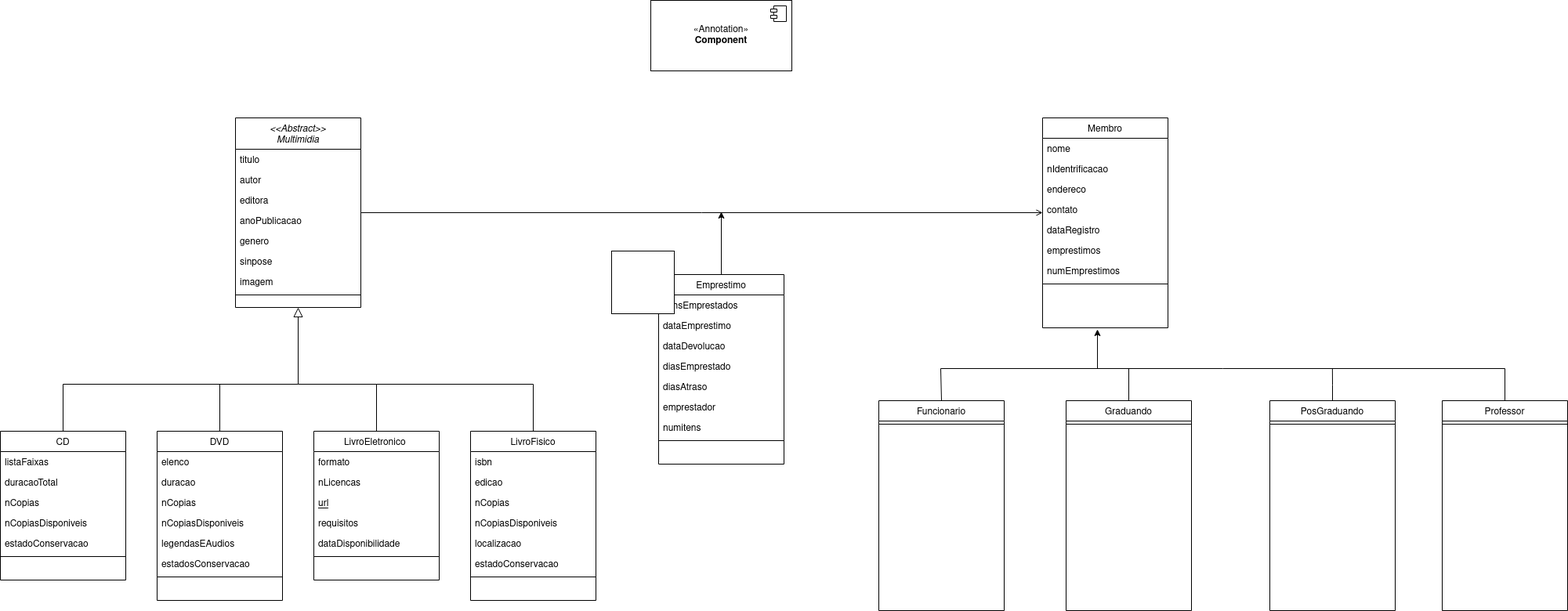
Above: files/Biblioteca.drawio.png in ArtKina/MC322 (draw.io), before the change. Source tidied: cells renumbered, new cells last; positions are measured from the earlier drawing's top-left corner, leaving out a move shared by most shapes.
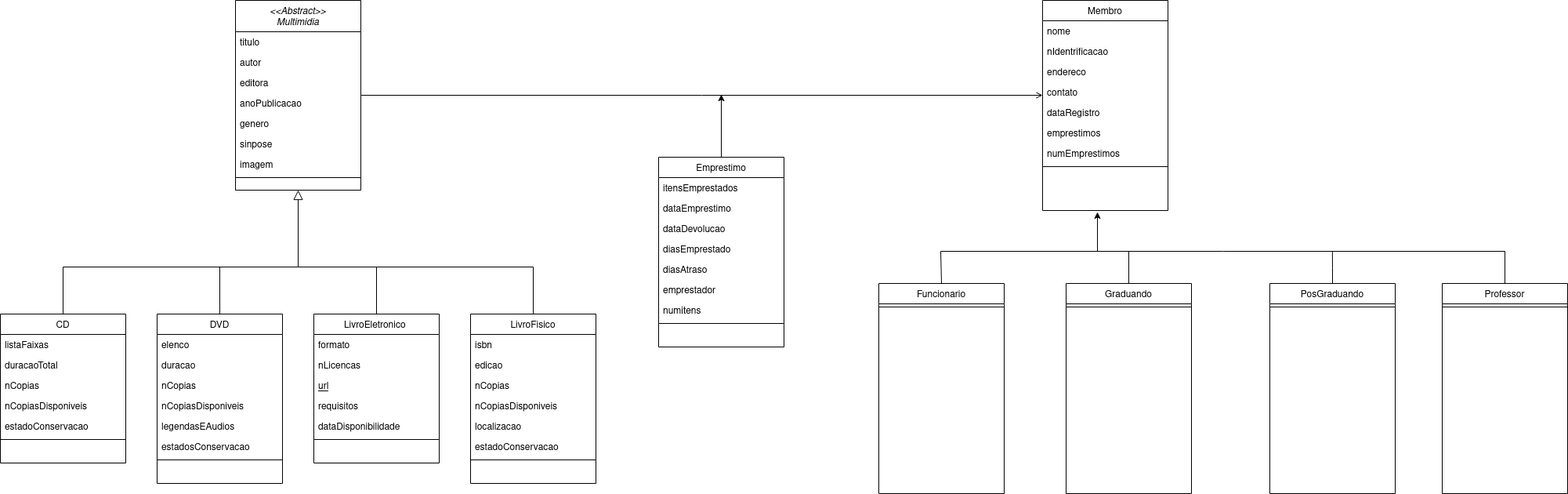
After the change.

Diff of the diagram source:
```diff
@@ -261,16 +261,5 @@
         </Array>
       </mxGeometry>
     </mxCell>
-    <mxCell id="76" value="&amp;laquo;Annotation&amp;raquo;&lt;br/&gt;&lt;b&gt;Component&lt;/b&gt;" style="html=1;whiteSpace=wrap;" parent="1" vertex="1">
-      <mxGeometry x="830" width="180" height="90" as="geometry" />
-    </mxCell>
-    <mxCell id="77" style="shape=module;jettyWidth=8;jettyHeight=4;" parent="76" vertex="1">
-      <mxGeometry x="1" width="20" height="20" relative="1" as="geometry">
-        <mxPoint x="-27" y="7" as="offset" />
-      </mxGeometry>
-    </mxCell>
-    <mxCell id="78" style="whiteSpace=wrap;html=1;" parent="1" vertex="1">
-      <mxGeometry x="780" y="320" width="80" height="80" as="geometry" />
-    </mxCell>
   </root>
 </mxGraphModel>
```
